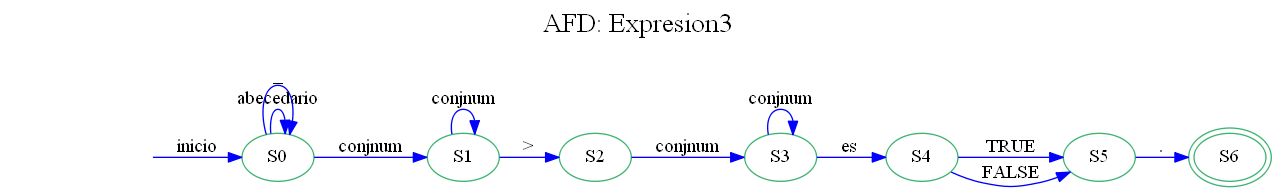
The Graphviz diagram OLC1_Practica1_201701133/AFD2.png in SelvinLP/-OLC1-Practica1_201701133, before a commit. Its source is kept beside it as OLC1_Practica1_201701133/AFD2.dot.
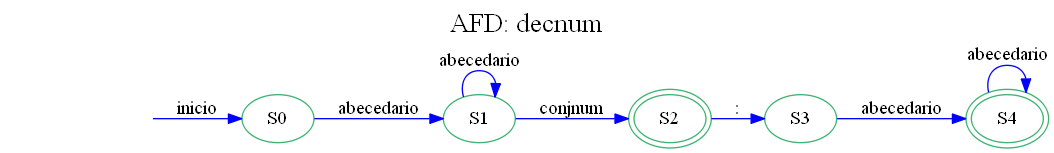
The same diagram one commit later.

Diff of the diagram source:
```diff
@@ -1,23 +1,17 @@
 digraph AFD {
-graph [label="AFD: Expresion3", labelloc=t, fontsize=20]; rankdir=LR;edge [color=blue];node [color = mediumseagreen];"S0"[ label=S0]
+graph [label="AFD: decnum", labelloc=t, fontsize=20]; rankdir=LR;edge [color=blue];node [color = mediumseagreen];"S0"[ label=S0]
 "S1"[ label=S1]
 "S2"[ label=S2]
 "S3"[ label=S3]
 "S4"[ label=S4]
-"S5"[ label=S5]
-"S6"[ label=S6]
 secret_node [style=invis];
-secret_node -> S0 [label="inicio"];S6[peripheries=2];
-"S0"->"S0"[label="abecedario"];
-"S0"->"S0"[label="\_"];
-"S0"->"S1"[label="conjnum"];
-"S1"->"S2"[label="\>"];
-"S1"->"S1"[label="conjnum"];
-"S2"->"S3"[label="conjnum"];
-"S3"->"S4"[label="es "];
-"S3"->"S3"[label="conjnum"];
-"S4"->"S5"[label="TRUE"];
-"S4"->"S5"[label="FALSE"];
-"S5"->"S6"[label="\."];
+secret_node -> S0 [label="inicio"];S2[peripheries=2];
+S4[peripheries=2];
+"S0"->"S1"[label="abecedario"];
+"S1"->"S1"[label="abecedario"];
+"S1"->"S2"[label="conjnum"];
+"S2"->"S3"[label="\:"];
+"S3"->"S4"[label="abecedario"];
+"S4"->"S4"[label="abecedario"];
 
 }
```
